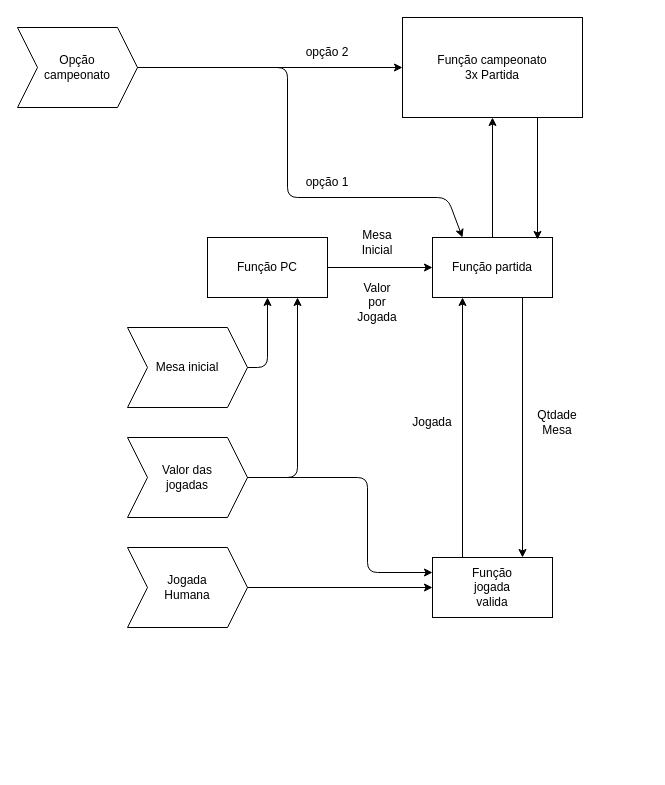
Before: nim.drawio in luizpanta/Python, a draw.io diagram. Source tidied: cells renumbered, new cells numbered last; positions are measured from the earlier drawing's top-left corner, leaving out a move shared by most shapes. Both pictures are drawn from the tidied source at 100%, with x=0, y=0 at pixel (17, 17).
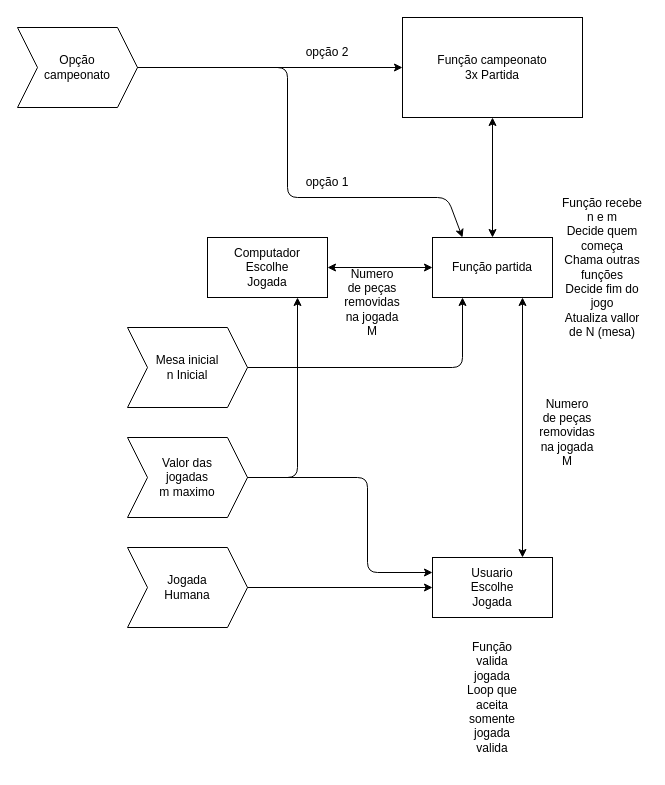
After the change.

The change refers to these unchanged cells:
```xml
<mxCell id="9" value="Função campeonato&lt;br&gt;3x Partida" style="rounded=0;whiteSpace=wrap;html=1;" parent="1" vertex="1">
  <mxGeometry x="385" width="180" height="100" as="geometry" />
</mxCell>
<mxCell id="10" value="Função partida" style="rounded=0;whiteSpace=wrap;html=1;" parent="1" vertex="1">
  <mxGeometry x="415" y="220" width="120" height="60" as="geometry" />
</mxCell>
```

Change to the diagram source:
```diff
@@
-    <mxCell id="2" value="Função PC" style="rounded=0;whiteSpace=wrap;html=1;" parent="1" vertex="1">
+    <mxCell id="2" value="Computador&lt;br&gt;Escolhe&lt;br&gt;Jogada" style="rounded=0;whiteSpace=wrap;html=1;" parent="1" vertex="1">
       <mxGeometry x="190" y="220" width="120" height="60" as="geometry" />
     </mxCell>
-    <mxCell id="3" value="Mesa inicial" style="shape=step;perimeter=stepPerimeter;whiteSpace=wrap;html=1;fixedSize=1;" parent="1" vertex="1">
+    <mxCell id="3" value="Mesa inicial&lt;br&gt;n Inicial" style="shape=step;perimeter=stepPerimeter;whiteSpace=wrap;html=1;fixedSize=1;" parent="1" vertex="1">
       <mxGeometry x="110" y="310" width="120" height="80" as="geometry" />
     </mxCell>
-    <mxCell id="4" value="Valor das &lt;br&gt;jogadas" style="shape=step;perimeter=stepPerimeter;whiteSpace=wrap;html=1;fixedSize=1;" parent="1" vertex="1">
+    <mxCell id="4" value="Valor das &lt;br&gt;jogadas&lt;br&gt;m maximo" style="shape=step;perimeter=stepPerimeter;whiteSpace=wrap;html=1;fixedSize=1;" parent="1" vertex="1">
       <mxGeometry x="110" y="420" width="120" height="80" as="geometry" />
     </mxCell>
@@
-    <mxCell id="6" style="endArrow=classic;html=1;exitX=1;exitY=0.5;exitDx=0;exitDy=0;entryX=0.5;entryY=1;entryDx=0;entryDy=0;" parent="1" edge="1" source="3" target="2">
+    <mxCell id="6" style="endArrow=classic;html=1;exitX=1;exitY=0.5;exitDx=0;exitDy=0;entryX=0.25;entryY=1;entryDx=0;entryDy=0;" parent="1" edge="1" source="3" target="10">
       <mxGeometry relative="1" as="geometry">
         <Array as="points">
-          <mxPoint x="250" y="350" />
+          <mxPoint x="445" y="350" />
         </Array>
       </mxGeometry>
     </mxCell>
@@
-    <mxCell id="11" style="endArrow=classic;html=1;exitX=1;exitY=0.5;exitDx=0;exitDy=0;entryX=0;entryY=0.5;entryDx=0;entryDy=0;" parent="1" edge="1" source="2" target="10">
+    <mxCell id="11" style="endArrow=classic;html=1;exitX=1;exitY=0.5;exitDx=0;exitDy=0;entryX=0;entryY=0.5;entryDx=0;entryDy=0;startArrow=classic;startFill=1;" parent="1" edge="1" source="2" target="10">
       <mxGeometry relative="1" as="geometry" />
     </mxCell>
-    <mxCell id="12" value="Mesa Inicial" style="text;html=1;strokeColor=none;fillColor=none;align=center;verticalAlign=middle;whiteSpace=wrap;rounded=0;" parent="1" vertex="1">
-      <mxGeometry x="330" y="210" width="60" height="30" as="geometry" />
+    <mxCell id="12" value="Numero de peças removidas na jogada&lt;br&gt;M" style="text;html=1;strokeColor=none;fillColor=none;align=center;verticalAlign=middle;whiteSpace=wrap;rounded=0;" parent="1" vertex="1">
+      <mxGeometry x="325" y="270" width="60" height="30" as="geometry" />
     </mxCell>
-    <mxCell id="13" value="Valor&lt;br&gt;por&lt;br&gt;Jogada" style="text;html=1;strokeColor=none;fillColor=none;align=center;verticalAlign=middle;whiteSpace=wrap;rounded=0;" parent="1" vertex="1">
-      <mxGeometry x="330" y="270" width="60" height="30" as="geometry" />
-    </mxCell>
-    <mxCell id="14" value="Função&lt;br&gt;jogada&lt;br&gt;valida" style="rounded=0;whiteSpace=wrap;html=1;" parent="1" vertex="1">
+    <mxCell id="14" value="Usuario&lt;br&gt;Escolhe&lt;br&gt;Jogada" style="rounded=0;whiteSpace=wrap;html=1;" parent="1" vertex="1">
       <mxGeometry x="415" y="540" width="120" height="60" as="geometry" />
     </mxCell>
@@
-    <mxCell id="17" style="endArrow=classic;html=1;exitX=0.25;exitY=0;exitDx=0;exitDy=0;entryX=0.25;entryY=1;entryDx=0;entryDy=0;" parent="1" edge="1" source="14" target="10">
+    <mxCell id="17" style="endArrow=classic;html=1;exitX=0.75;exitY=0;exitDx=0;exitDy=0;entryX=0.75;entryY=1;entryDx=0;entryDy=0;startArrow=classic;startFill=1;" parent="1" edge="1" source="14" target="10">
       <mxGeometry relative="1" as="geometry" />
     </mxCell>
@@
-    <mxCell id="21" value="Jogada" style="text;html=1;strokeColor=none;fillColor=none;align=center;verticalAlign=middle;whiteSpace=wrap;rounded=0;" parent="1" vertex="1">
-      <mxGeometry x="385" y="390" width="60" height="30" as="geometry" />
-    </mxCell>
-    <mxCell id="22" style="endArrow=classic;html=1;exitX=0.5;exitY=0;exitDx=0;exitDy=0;entryX=0.5;entryY=1;entryDx=0;entryDy=0;" parent="1" edge="1" source="10" target="9">
+    <mxCell id="22" style="endArrow=classic;html=1;exitX=0.5;exitY=0;exitDx=0;exitDy=0;entryX=0.5;entryY=1;entryDx=0;entryDy=0;startArrow=classic;startFill=1;" parent="1" edge="1" source="10" target="9">
       <mxGeometry relative="1" as="geometry" />
     </mxCell>
-    <mxCell id="23" style="endArrow=classic;html=1;exitX=0.75;exitY=1;exitDx=0;exitDy=0;entryX=0.875;entryY=0.033;entryDx=0;entryDy=0;entryPerimeter=0;" parent="1" edge="1" source="9" target="10">
-      <mxGeometry relative="1" as="geometry" />
-    </mxCell>
-    <mxCell id="24" style="endArrow=classic;html=1;exitX=0.75;exitY=1;exitDx=0;exitDy=0;entryX=0.75;entryY=0;entryDx=0;entryDy=0;" parent="1" edge="1" source="10" target="14">
-      <mxGeometry relative="1" as="geometry" />
-    </mxCell>
-    <mxCell id="25" value="Qtdade&lt;br&gt;Mesa" style="text;html=1;strokeColor=none;fillColor=none;align=center;verticalAlign=middle;whiteSpace=wrap;rounded=0;" parent="1" vertex="1">
-      <mxGeometry x="510" y="390" width="60" height="30" as="geometry" />
-    </mxCell>
@@
+    <mxCell id="27" value="Numero de peças removidas na jogada&lt;br&gt;M" style="text;html=1;strokeColor=none;fillColor=none;align=center;verticalAlign=middle;whiteSpace=wrap;rounded=0;" parent="1" vertex="1">
+      <mxGeometry x="520" y="400" width="60" height="30" as="geometry" />
+    </mxCell>
+    <mxCell id="28" value="Função recebe n e m&lt;br&gt;Decide quem começa&lt;br&gt;Chama outras funções&lt;br&gt;Decide fim do jogo&lt;br&gt;Atualiza vallor de N (mesa)" style="text;html=1;strokeColor=none;fillColor=none;align=center;verticalAlign=middle;whiteSpace=wrap;rounded=0;" parent="1" vertex="1">
+      <mxGeometry x="540" y="160" width="90" height="180" as="geometry" />
+    </mxCell>
+    <mxCell id="29" value="Função valida jogada&lt;br&gt;Loop que aceita somente jogada valida" style="text;html=1;strokeColor=none;fillColor=none;align=center;verticalAlign=middle;whiteSpace=wrap;rounded=0;" parent="1" vertex="1">
+      <mxGeometry x="445" y="610" width="60" height="140" as="geometry" />
+    </mxCell>
```
